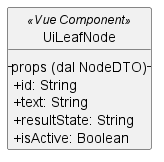
Earlier version of the PlantUML export src/PB/DocumentazioneEsterna/Specifica_Tecnica/content/05-diagrammi-classi/uml/png/frontend/UiLeafNode.png (GroupRubberDuck/Documentazione).
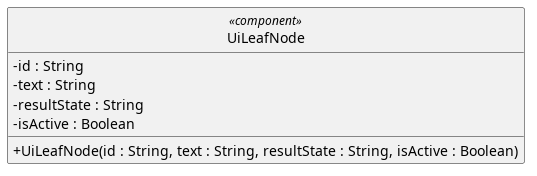
The same diagram one commit later.

What changed in the source:
```diff
@@ -1,13 +1,20 @@
-@startuml UiLeafNode
+@startuml
+skinparam linetype ortho
+skinparam nodesep 80
+skinparam ranksep 100
 skinparam classAttributeIconSize 0
+skinparam packageStyle rectangle
 skinparam style strictuml
 
-class UiLeafNode << (V,#41B883) Vue Component >> {
-  -- props (dal NodeDTO) --
-  + id: String
-  + text: String
-  + resultState: String
-  + isActive: Boolean
+class UiLeafNode <<component>> {
+  - id : String
+  - text : String
+  - resultState : String
+  - isActive : Boolean
+
+
+  + UiLeafNode(id : String, text : String, resultState : String, isActive : Boolean)
 }
 
+
 @enduml
```
